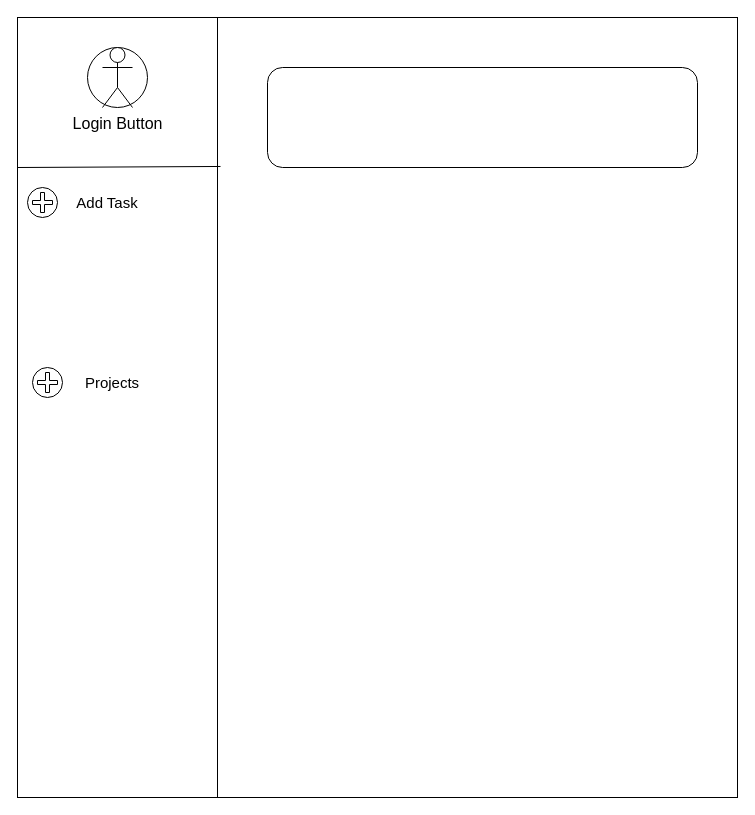
The draw.io diagram Wireframe.drawio in sramirez124/CAP325.9-Capstone-Completion, before the edit. Source tidied: cells renumbered, new cells numbered last; positions are measured from the earlier drawing's top-left corner, leaving out a move shared by most shapes. Both pictures are drawn from the tidied source at 100%, with x=0, y=0 at pixel (17, 17).
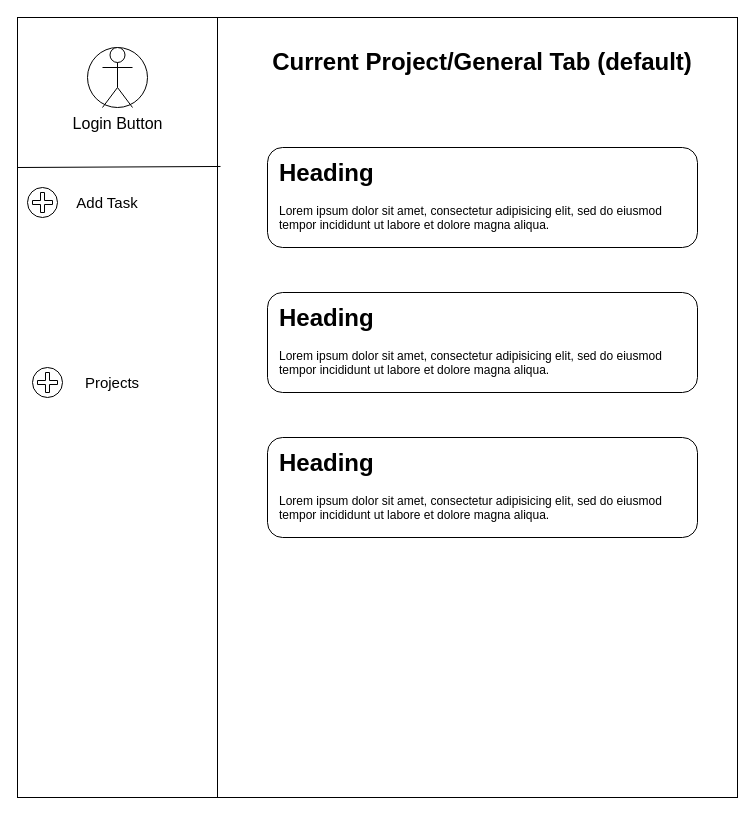
Above is the later version.

What changed in the source:
```diff
@@
     <mxCell id="6" style="rounded=1;whiteSpace=wrap;html=1;" parent="1" vertex="1">
-      <mxGeometry x="250" y="50" width="430" height="100" as="geometry" />
+      <mxGeometry x="250" y="130" width="430" height="100" as="geometry" />
     </mxCell>
@@
+    <mxCell id="14" value="&lt;h1 style=&quot;margin-top: 0px;&quot;&gt;Heading&lt;/h1&gt;&lt;p&gt;Lorem ipsum dolor sit amet, consectetur adipisicing elit, sed do eiusmod tempor incididunt ut labore et dolore magna aliqua.&lt;/p&gt;" style="text;html=1;whiteSpace=wrap;overflow=hidden;rounded=0;" parent="1" vertex="1">
+      <mxGeometry x="260" y="135" width="390" height="120" as="geometry" />
+    </mxCell>
+    <mxCell id="15" style="rounded=1;whiteSpace=wrap;html=1;" parent="1" vertex="1">
+      <mxGeometry x="250" y="275" width="430" height="100" as="geometry" />
+    </mxCell>
+    <mxCell id="16" value="&lt;h1 style=&quot;margin-top: 0px;&quot;&gt;Heading&lt;/h1&gt;&lt;p&gt;Lorem ipsum dolor sit amet, consectetur adipisicing elit, sed do eiusmod tempor incididunt ut labore et dolore magna aliqua.&lt;/p&gt;" style="text;html=1;whiteSpace=wrap;overflow=hidden;rounded=0;" parent="1" vertex="1">
+      <mxGeometry x="260" y="280" width="390" height="120" as="geometry" />
+    </mxCell>
+    <mxCell id="17" style="rounded=1;whiteSpace=wrap;html=1;" parent="1" vertex="1">
+      <mxGeometry x="250" y="420" width="430" height="100" as="geometry" />
+    </mxCell>
+    <mxCell id="18" value="&lt;h1 style=&quot;margin-top: 0px;&quot;&gt;Heading&lt;/h1&gt;&lt;p&gt;Lorem ipsum dolor sit amet, consectetur adipisicing elit, sed do eiusmod tempor incididunt ut labore et dolore magna aliqua.&lt;/p&gt;" style="text;html=1;whiteSpace=wrap;overflow=hidden;rounded=0;" parent="1" vertex="1">
+      <mxGeometry x="260" y="425" width="390" height="120" as="geometry" />
+    </mxCell>
+    <mxCell id="19" value="Current Project/General Tab (default)" style="text;html=1;align=center;verticalAlign=middle;whiteSpace=wrap;rounded=0;fontSize=24;fontStyle=1;" parent="1" vertex="1">
+      <mxGeometry x="240" y="30" width="450" height="30" as="geometry" />
+    </mxCell>
```
